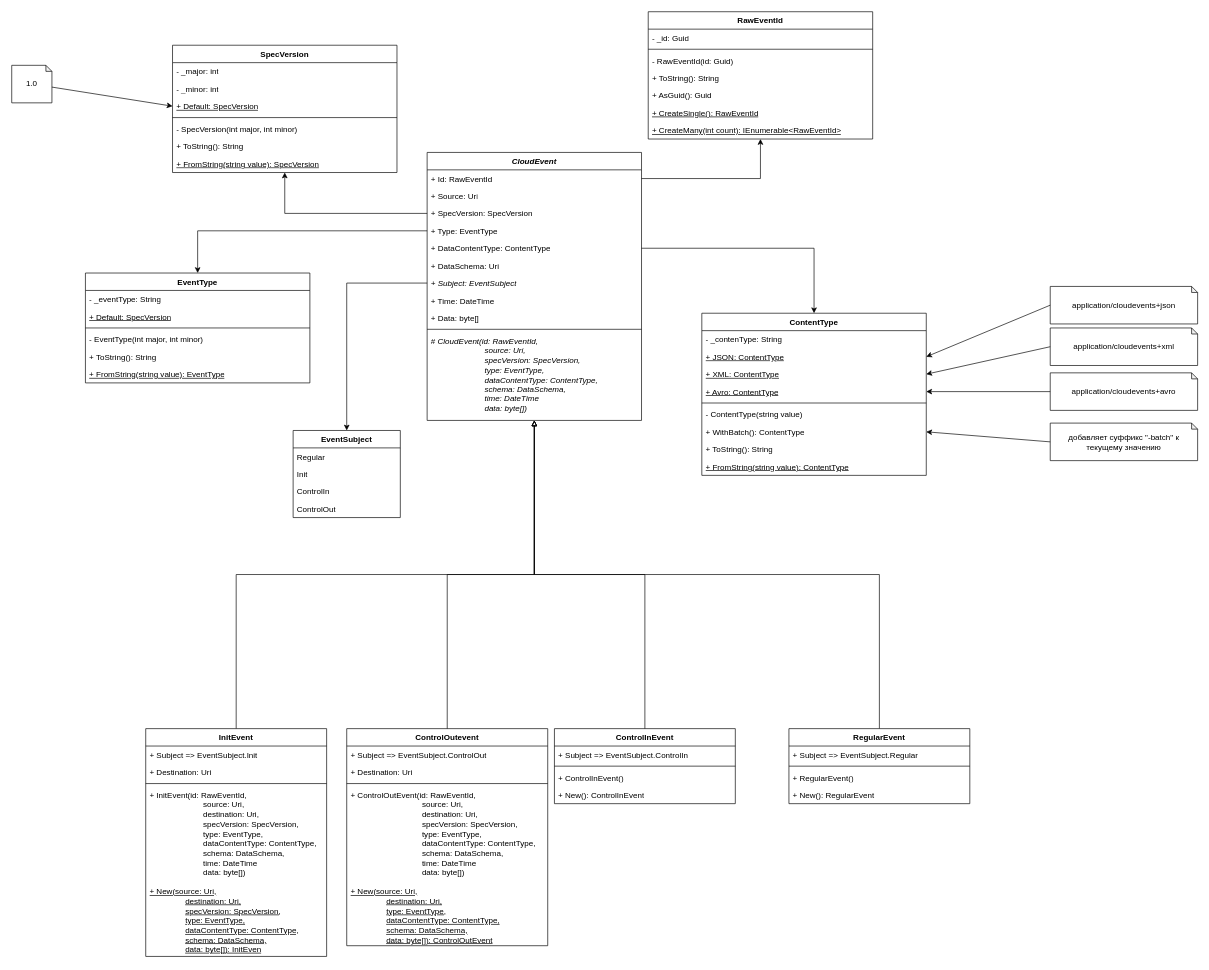
This is doc/adr/Events.drawio from aserialbug/EventStreaming, a draw.io file, before an edit. Source tidied: cells renumbered, new cells numbered last; positions are measured from the earlier drawing's top-left corner, leaving out a move shared by most shapes. Both pictures are drawn from the tidied source at 67%, with x=0, y=0 at pixel (11, 11).
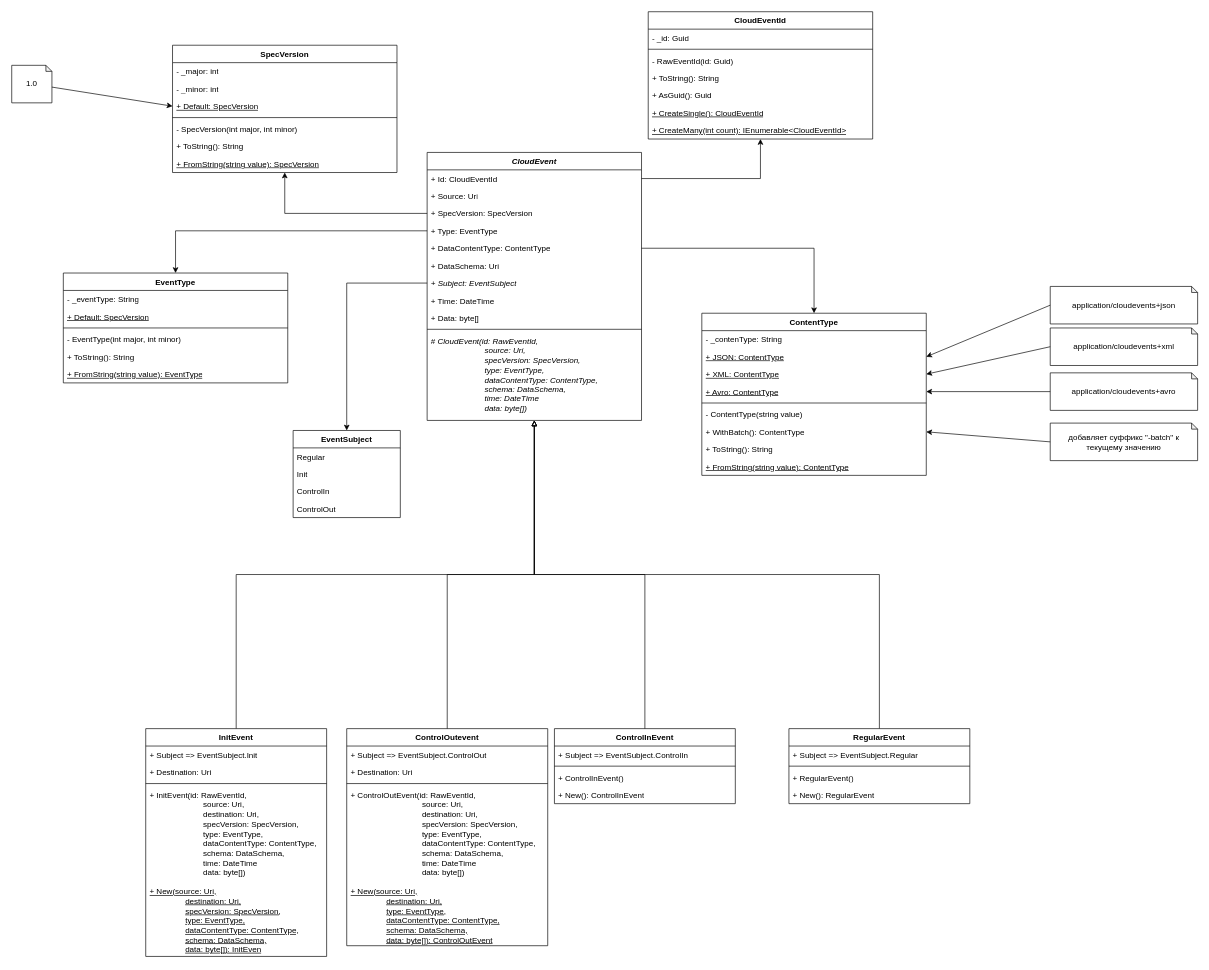
After the change.

The change refers to these unchanged cells:
```xml
<mxCell id="2" value="&lt;i&gt;CloudEvent&lt;/i&gt;" style="swimlane;fontStyle=1;align=center;verticalAlign=top;horizontal=1;startSize=26;whiteSpace=wrap;html=1;" parent="1" vertex="1">
  <mxGeometry x="620" y="210" width="320" height="400" as="geometry" />
</mxCell>
```

Change to the diagram source:
```diff
@@
-    <mxCell id="3" value="+&amp;nbsp;Id: RawEventId" style="text;strokeColor=none;fillColor=none;align=left;verticalAlign=top;spacingLeft=4;spacingRight=4;overflow=hidden;points=[[0,0.5],[1,0.5]];portConstraint=eastwest;whiteSpace=wrap;html=1;" parent="2" vertex="1">
+    <mxCell id="3" value="+&amp;nbsp;Id: CloudEventId" style="text;strokeColor=none;fillColor=none;align=left;verticalAlign=top;spacingLeft=4;spacingRight=4;overflow=hidden;points=[[0,0.5],[1,0.5]];portConstraint=eastwest;whiteSpace=wrap;html=1;" parent="2" vertex="1">
       <mxGeometry y="26" width="320" height="26" as="geometry" />
     </mxCell>
@@
-    <mxCell id="14" value="RawEventId" style="swimlane;fontStyle=1;align=center;verticalAlign=top;horizontal=1;startSize=26;whiteSpace=wrap;html=1;" parent="1" vertex="1">
+    <mxCell id="14" value="CloudEventId" style="swimlane;fontStyle=1;align=center;verticalAlign=top;horizontal=1;startSize=26;whiteSpace=wrap;html=1;" parent="1" vertex="1">
       <mxGeometry x="950" width="335" height="190" as="geometry" />
     </mxCell>
@@
-    <mxCell id="20" value="&lt;u&gt;+ CreateSingle():&amp;nbsp;RawEventId&lt;/u&gt;" style="text;strokeColor=none;fillColor=none;align=left;verticalAlign=top;spacingLeft=4;spacingRight=4;overflow=hidden;whiteSpace=wrap;html=1;" parent="14" vertex="1">
+    <mxCell id="20" value="&lt;u&gt;+ CreateSingle():&amp;nbsp;CloudEventId&lt;/u&gt;" style="text;strokeColor=none;fillColor=none;align=left;verticalAlign=top;spacingLeft=4;spacingRight=4;overflow=hidden;whiteSpace=wrap;html=1;" parent="14" vertex="1">
       <mxGeometry y="138" width="335" height="26" as="geometry" />
     </mxCell>
-    <mxCell id="21" value="&lt;u&gt;+ CreateMany(int count): IEnumerable&amp;lt;RawEventId&amp;gt;&lt;/u&gt;" style="text;strokeColor=none;fillColor=none;align=left;verticalAlign=top;spacingLeft=4;spacingRight=4;overflow=hidden;whiteSpace=wrap;html=1;" parent="14" vertex="1">
+    <mxCell id="21" value="&lt;u&gt;+ CreateMany(int count): IEnumerable&amp;lt;CloudEventId&amp;gt;&lt;/u&gt;" style="text;strokeColor=none;fillColor=none;align=left;verticalAlign=top;spacingLeft=4;spacingRight=4;overflow=hidden;whiteSpace=wrap;html=1;" parent="14" vertex="1">
       <mxGeometry y="164" width="335" height="26" as="geometry" />
     </mxCell>
@@
     <mxCell id="32" value="EventType" style="swimlane;fontStyle=1;align=center;verticalAlign=top;horizontal=1;startSize=26;whiteSpace=wrap;html=1;" parent="1" vertex="1">
-      <mxGeometry x="110" y="390" width="335" height="164" as="geometry" />
+      <mxGeometry x="77" y="390" width="335" height="164" as="geometry" />
     </mxCell>
```
